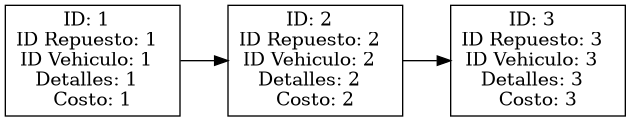
Above: Fase_1/AutoGestPro/Reportes/reporte_servicios.png in 0520Jose/-EDD-1S2025_202300539 (Graphviz), before the change. Its source is kept beside it as Fase_1/AutoGestPro/Reportes/reporte_servicios.dot.
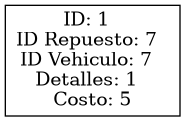
After the change.

Change to the diagram source:
```diff
@@ -2,20 +2,8 @@
 node [shape=rect];
 rankdir=LR;
 node1[label="ID: 1
-ID Repuesto: 1
-ID Vehiculo: 1
+ID Repuesto: 7
+ID Vehiculo: 7
 Detalles: 1
-Costo: 1", shape=rect];
-node1 -> node2;
-node2[label="ID: 2
-ID Repuesto: 2
-ID Vehiculo: 2
-Detalles: 2
-Costo: 2", shape=rect];
-node2 -> node3;
-node3[label="ID: 3
-ID Repuesto: 3
-ID Vehiculo: 3
-Detalles: 3
-Costo: 3", shape=rect];
+Costo: 5", shape=rect];
 }
```
